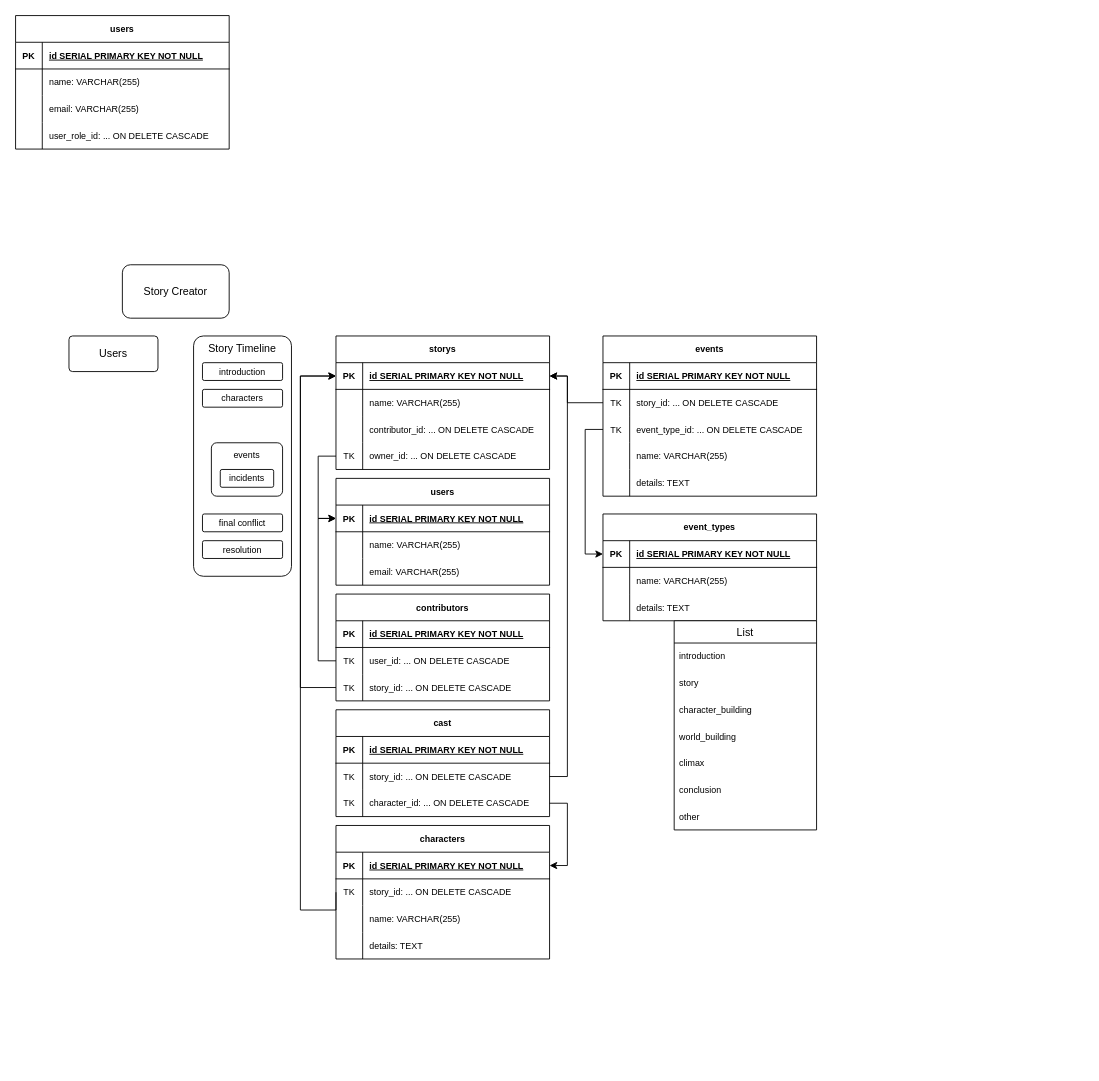
Earlier version of the draw.io diagram db/erd/story_creator.drawio (navycuda/story_creator). Source tidied: cells renumbered, new cells numbered last; positions are measured from the earlier drawing's top-left corner, leaving out a move shared by most shapes. Both pictures are drawn from the tidied source at 89%, with x=0, y=0 at pixel (15, 15).
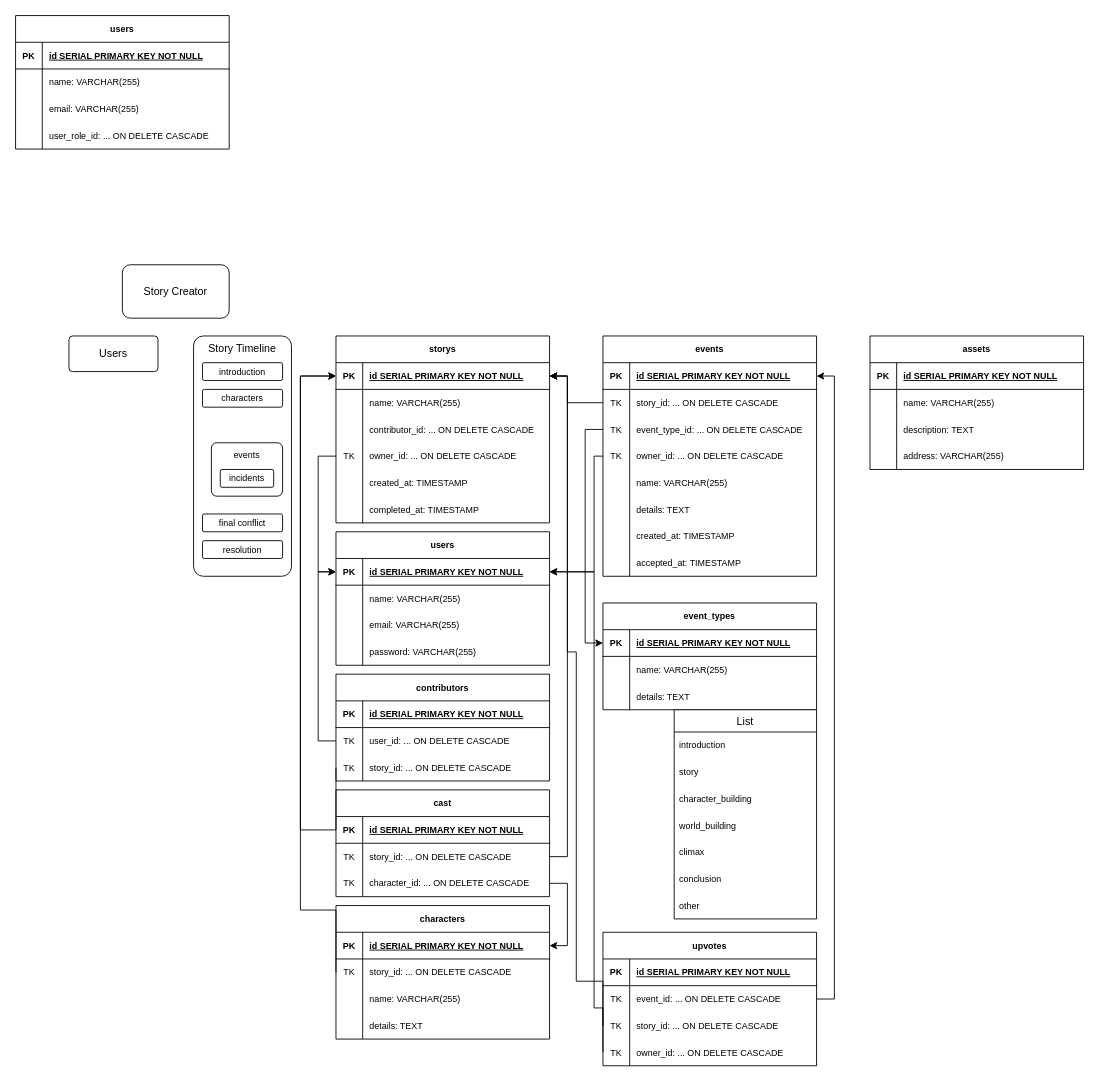
The same page after the edit.

Commit message:
Lose erd layout

The change refers to these unchanged cells:
```xml
<mxCell id="5" style="shape=tableRow;horizontal=0;startSize=0;swimlaneHead=0;swimlaneBody=0;fillColor=none;points=[[0,0.5],[1,0.5]];portConstraint=eastwest;top=0;left=0;right=0;bottom=1;fontSize=10;" parent="4" vertex="1">
  <mxGeometry y="30" width="240" height="30" as="geometry" />
</mxCell>
<mxCell id="29" style="shape=tableRow;horizontal=0;startSize=0;swimlaneHead=0;swimlaneBody=0;fillColor=none;points=[[0,0.5],[1,0.5]];portConstraint=eastwest;top=0;left=0;right=0;bottom=1;fontSize=10;" parent="28" vertex="1">
  <mxGeometry y="30" width="240" height="30" as="geometry" />
</mxCell>
<mxCell id="61" style="shape=tableRow;horizontal=0;startSize=0;swimlaneHead=0;swimlaneBody=0;fillColor=none;points=[[0,0.5],[1,0.5]];portConstraint=eastwest;top=0;left=0;right=0;bottom=1;fontSize=10;" parent="60" vertex="1">
  <mxGeometry y="30" width="240" height="30" as="geometry" />
</mxCell>
<mxCell id="117" style="shape=tableRow;horizontal=0;startSize=0;swimlaneHead=0;swimlaneBody=0;fillColor=none;points=[[0,0.5],[1,0.5]];portConstraint=eastwest;top=0;left=0;right=0;bottom=0;fontSize=10;" parent="110" vertex="1">
  <mxGeometry y="90" width="240" height="30" as="geometry" />
</mxCell>
```

Diff of the diagram source:
```diff
@@
     <mxCell id="4" value="users" style="shape=table;startSize=30;childLayout=tableLayout;rowLines=0;fontStyle=1;align=center;fontSize=10;" parent="1" vertex="1">
-      <mxGeometry x="360" y="520" width="240" height="120" as="geometry" />
+      <mxGeometry x="360" y="580" width="240" height="150" as="geometry" />
     </mxCell>
@@
+    <mxCell id="122" style="shape=tableRow;horizontal=0;startSize=0;swimlaneHead=0;swimlaneBody=0;fillColor=none;top=0;left=0;right=0;bottom=0;fontSize=10;" parent="4" vertex="1">
+      <mxGeometry y="120" width="240" height="30" as="geometry" />
+    </mxCell>
+    <mxCell id="123" style="shape=partialRectangle;fillColor=none;top=0;left=0;bottom=0;right=0;overflow=hidden;fontSize=10;" parent="122" vertex="1">
+      <mxGeometry width="30" height="30" as="geometry" />
+    </mxCell>
+    <mxCell id="124" value="password: VARCHAR(255)" style="shape=partialRectangle;fillColor=none;top=0;left=0;bottom=0;right=0;align=left;spacingLeft=6;overflow=hidden;fontSize=10;" parent="122" vertex="1">
+      <mxGeometry x="30" width="210" height="30" as="geometry" />
+    </mxCell>
@@
     <mxCell id="28" value="storys" style="shape=table;startSize=30;childLayout=tableLayout;rowLines=0;fontStyle=1;align=center;fontSize=10;" parent="1" vertex="1">
-      <mxGeometry x="360" y="360" width="240" height="150" as="geometry" />
+      <mxGeometry x="360" y="360" width="240" height="210" as="geometry" />
     </mxCell>
@@
+    <mxCell id="125" style="shape=tableRow;horizontal=0;startSize=0;swimlaneHead=0;swimlaneBody=0;fillColor=none;top=0;left=0;right=0;bottom=0;fontSize=10;" parent="28" vertex="1">
+      <mxGeometry y="150" width="240" height="30" as="geometry" />
+    </mxCell>
+    <mxCell id="126" style="shape=partialRectangle;fillColor=none;top=0;left=0;bottom=0;right=0;overflow=hidden;fontSize=10;" parent="125" vertex="1">
+      <mxGeometry width="30" height="30" as="geometry" />
+    </mxCell>
+    <mxCell id="127" value="created_at: TIMESTAMP" style="shape=partialRectangle;fillColor=none;top=0;left=0;bottom=0;right=0;align=left;spacingLeft=6;overflow=hidden;fontSize=10;" parent="125" vertex="1">
+      <mxGeometry x="30" width="210" height="30" as="geometry" />
+    </mxCell>
+    <mxCell id="128" style="shape=tableRow;horizontal=0;startSize=0;swimlaneHead=0;swimlaneBody=0;fillColor=none;top=0;left=0;right=0;bottom=0;fontSize=10;" parent="28" vertex="1">
+      <mxGeometry y="180" width="240" height="30" as="geometry" />
+    </mxCell>
+    <mxCell id="129" style="shape=partialRectangle;fillColor=none;top=0;left=0;bottom=0;right=0;overflow=hidden;fontSize=10;" parent="128" vertex="1">
+      <mxGeometry width="30" height="30" as="geometry" />
+    </mxCell>
+    <mxCell id="130" value="completed_at: TIMESTAMP" style="shape=partialRectangle;fillColor=none;top=0;left=0;bottom=0;right=0;align=left;spacingLeft=6;overflow=hidden;fontSize=10;" parent="128" vertex="1">
+      <mxGeometry x="30" width="210" height="30" as="geometry" />
+    </mxCell>
@@
     <mxCell id="47" value="characters" style="shape=table;startSize=30;childLayout=tableLayout;rowLines=0;fontStyle=1;align=center;fontSize=10;" parent="1" vertex="1">
-      <mxGeometry x="360" y="910" width="240" height="150" as="geometry" />
+      <mxGeometry x="360" y="1000" width="240" height="150" as="geometry" />
     </mxCell>
@@
     <mxCell id="60" value="events" style="shape=table;startSize=30;childLayout=tableLayout;rowLines=0;fontStyle=1;align=center;fontSize=10;" parent="1" vertex="1">
-      <mxGeometry x="660" y="360" width="240" height="180" as="geometry" />
+      <mxGeometry x="660" y="360" width="240" height="270" as="geometry" />
     </mxCell>
@@
+    <mxCell id="131" style="shape=tableRow;horizontal=0;startSize=0;swimlaneHead=0;swimlaneBody=0;fillColor=none;points=[[0,0.5],[1,0.5]];portConstraint=eastwest;top=0;left=0;right=0;bottom=0;fontSize=10;" parent="60" vertex="1">
+      <mxGeometry y="120" width="240" height="30" as="geometry" />
+    </mxCell>
+    <mxCell id="132" value="TK" style="shape=partialRectangle;fillColor=none;top=0;left=0;bottom=0;right=0;overflow=hidden;fontSize=10;" parent="131" vertex="1">
+      <mxGeometry width="30" height="30" as="geometry" />
+    </mxCell>
+    <mxCell id="133" value="owner_id: ... ON DELETE CASCADE" style="shape=partialRectangle;fillColor=none;top=0;left=0;bottom=0;right=0;align=left;spacingLeft=6;overflow=hidden;fontSize=10;" parent="131" vertex="1">
+      <mxGeometry x="30" width="210" height="30" as="geometry" />
+    </mxCell>
     <mxCell id="70" style="shape=tableRow;horizontal=0;startSize=0;swimlaneHead=0;swimlaneBody=0;fillColor=none;top=0;left=0;right=0;bottom=0;fontSize=10;" parent="60" vertex="1">
-      <mxGeometry y="120" width="240" height="30" as="geometry" />
+      <mxGeometry y="150" width="240" height="30" as="geometry" />
     </mxCell>
@@
     <mxCell id="73" style="shape=tableRow;horizontal=0;startSize=0;swimlaneHead=0;swimlaneBody=0;fillColor=none;top=0;left=0;right=0;bottom=0;fontSize=10;" parent="60" vertex="1">
-      <mxGeometry y="150" width="240" height="30" as="geometry" />
+      <mxGeometry y="180" width="240" height="30" as="geometry" />
     </mxCell>
@@
+    <mxCell id="134" style="shape=tableRow;horizontal=0;startSize=0;swimlaneHead=0;swimlaneBody=0;fillColor=none;top=0;left=0;right=0;bottom=0;fontSize=10;" parent="60" vertex="1">
+      <mxGeometry y="210" width="240" height="30" as="geometry" />
+    </mxCell>
+    <mxCell id="135" style="shape=partialRectangle;fillColor=none;top=0;left=0;bottom=0;right=0;overflow=hidden;fontSize=10;" parent="134" vertex="1">
+      <mxGeometry width="30" height="30" as="geometry" />
+    </mxCell>
+    <mxCell id="136" value="created_at: TIMESTAMP" style="shape=partialRectangle;fillColor=none;top=0;left=0;bottom=0;right=0;align=left;spacingLeft=6;overflow=hidden;fontSize=10;" parent="134" vertex="1">
+      <mxGeometry x="30" width="210" height="30" as="geometry" />
+    </mxCell>
+    <mxCell id="137" style="shape=tableRow;horizontal=0;startSize=0;swimlaneHead=0;swimlaneBody=0;fillColor=none;top=0;left=0;right=0;bottom=0;fontSize=10;" parent="60" vertex="1">
+      <mxGeometry y="240" width="240" height="30" as="geometry" />
+    </mxCell>
+    <mxCell id="138" style="shape=partialRectangle;fillColor=none;top=0;left=0;bottom=0;right=0;overflow=hidden;fontSize=10;" parent="137" vertex="1">
+      <mxGeometry width="30" height="30" as="geometry" />
+    </mxCell>
+    <mxCell id="139" value="accepted_at: TIMESTAMP" style="shape=partialRectangle;fillColor=none;top=0;left=0;bottom=0;right=0;align=left;spacingLeft=6;overflow=hidden;fontSize=10;" parent="137" vertex="1">
+      <mxGeometry x="30" width="210" height="30" as="geometry" />
+    </mxCell>
     <mxCell id="76" value="event_types" style="shape=table;startSize=30;childLayout=tableLayout;rowLines=0;fontStyle=1;align=center;fontSize=10;" parent="1" vertex="1">
-      <mxGeometry x="660" y="560" width="240" height="120" as="geometry" />
+      <mxGeometry x="660" y="660" width="240" height="120" as="geometry" />
     </mxCell>
@@
     <mxCell id="86" value="List" style="swimlane;fontStyle=0;horizontal=1;startSize=25;align=center;fontSize=12;" parent="1" vertex="1">
-      <mxGeometry x="740" y="680" width="160" height="235" as="geometry" />
+      <mxGeometry x="740" y="780" width="160" height="235" as="geometry" />
     </mxCell>
@@
     <mxCell id="94" value="cast" style="shape=table;startSize=30;childLayout=tableLayout;rowLines=0;fontStyle=1;align=center;fontSize=10;" parent="1" vertex="1">
-      <mxGeometry x="360" y="780" width="240" height="120" as="geometry" />
+      <mxGeometry x="360" y="870" width="240" height="120" as="geometry" />
     </mxCell>
@@
     <mxCell id="110" value="contributors" style="shape=table;startSize=30;childLayout=tableLayout;rowLines=0;fontStyle=1;align=center;fontSize=10;" parent="1" vertex="1">
-      <mxGeometry x="360" y="650" width="240" height="120" as="geometry" />
+      <mxGeometry x="360" y="740" width="240" height="120" as="geometry" />
     </mxCell>
@@
     <mxCell id="121" style="edgeStyle=orthogonalEdgeStyle;rounded=0;jettySize=auto;html=1;exitX=0;exitY=0.5;exitDx=0;exitDy=0;entryX=0;entryY=0.5;entryDx=0;entryDy=0;fontSize=12;" parent="1" edge="1" source="117" target="29">
       <mxGeometry relative="1" as="geometry">
         <Array as="points">
-          <mxPoint x="320" y="755" />
+          <mxPoint x="320" y="915" />
           <mxPoint x="320" y="405" />
         </Array>
       </mxGeometry>
     </mxCell>
+    <mxCell id="140" value="upvotes" style="shape=table;startSize=30;childLayout=tableLayout;rowLines=0;fontStyle=1;align=center;fontSize=10;" parent="1" vertex="1">
+      <mxGeometry x="660" y="1030" width="240" height="150" as="geometry" />
+    </mxCell>
+    <mxCell id="141" style="shape=tableRow;horizontal=0;startSize=0;swimlaneHead=0;swimlaneBody=0;fillColor=none;top=0;left=0;right=0;bottom=1;fontSize=10;" parent="140" vertex="1">
+      <mxGeometry y="30" width="240" height="30" as="geometry" />
+    </mxCell>
+    <mxCell id="142" value="PK" style="shape=partialRectangle;fillColor=none;top=0;left=0;bottom=0;right=0;fontStyle=1;overflow=hidden;fontSize=10;" parent="141" vertex="1">
+      <mxGeometry width="30" height="30" as="geometry" />
+    </mxCell>
+    <mxCell id="143" value="id SERIAL PRIMARY KEY NOT NULL" style="shape=partialRectangle;fillColor=none;top=0;left=0;bottom=0;right=0;align=left;spacingLeft=6;fontStyle=5;overflow=hidden;fontSize=10;" parent="141" vertex="1">
+      <mxGeometry x="30" width="210" height="30" as="geometry" />
+    </mxCell>
+    <mxCell id="144" style="shape=tableRow;horizontal=0;startSize=0;swimlaneHead=0;swimlaneBody=0;fillColor=none;points=[[0,0.5],[1,0.5]];portConstraint=eastwest;top=0;left=0;right=0;bottom=0;fontSize=10;" parent="140" vertex="1">
+      <mxGeometry y="60" width="240" height="30" as="geometry" />
+    </mxCell>
+    <mxCell id="145" value="TK" style="shape=partialRectangle;fillColor=none;top=0;left=0;bottom=0;right=0;overflow=hidden;fontSize=10;" parent="144" vertex="1">
+      <mxGeometry width="30" height="30" as="geometry" />
+    </mxCell>
+    <mxCell id="146" value="event_id: ... ON DELETE CASCADE" style="shape=partialRectangle;fillColor=none;top=0;left=0;bottom=0;right=0;align=left;spacingLeft=6;overflow=hidden;fontSize=10;" parent="144" vertex="1">
+      <mxGeometry x="30" width="210" height="30" as="geometry" />
+    </mxCell>
+    <mxCell id="147" style="shape=tableRow;horizontal=0;startSize=0;swimlaneHead=0;swimlaneBody=0;fillColor=none;points=[[0,0.5],[1,0.5]];portConstraint=eastwest;top=0;left=0;right=0;bottom=0;fontSize=10;" parent="140" vertex="1">
+      <mxGeometry y="90" width="240" height="30" as="geometry" />
+    </mxCell>
+    <mxCell id="148" value="TK" style="shape=partialRectangle;fillColor=none;top=0;left=0;bottom=0;right=0;overflow=hidden;fontSize=10;" parent="147" vertex="1">
+      <mxGeometry width="30" height="30" as="geometry" />
+    </mxCell>
+    <mxCell id="149" value="story_id: ... ON DELETE CASCADE" style="shape=partialRectangle;fillColor=none;top=0;left=0;bottom=0;right=0;align=left;spacingLeft=6;overflow=hidden;fontSize=10;" parent="147" vertex="1">
+      <mxGeometry x="30" width="210" height="30" as="geometry" />
+    </mxCell>
+    <mxCell id="150" style="shape=tableRow;horizontal=0;startSize=0;swimlaneHead=0;swimlaneBody=0;fillColor=none;points=[[0,0.5],[1,0.5]];portConstraint=eastwest;top=0;left=0;right=0;bottom=0;fontSize=10;" parent="140" vertex="1">
+      <mxGeometry y="120" width="240" height="30" as="geometry" />
+    </mxCell>
+    <mxCell id="151" value="TK" style="shape=partialRectangle;fillColor=none;top=0;left=0;bottom=0;right=0;overflow=hidden;fontSize=10;" parent="150" vertex="1">
+      <mxGeometry width="30" height="30" as="geometry" />
+    </mxCell>
+    <mxCell id="152" value="owner_id: ... ON DELETE CASCADE" style="shape=partialRectangle;fillColor=none;top=0;left=0;bottom=0;right=0;align=left;spacingLeft=6;overflow=hidden;fontSize=10;" parent="150" vertex="1">
+      <mxGeometry x="30" width="210" height="30" as="geometry" />
+    </mxCell>
+    <mxCell id="153" style="edgeStyle=orthogonalEdgeStyle;rounded=0;jettySize=auto;html=1;exitX=1;exitY=0.5;exitDx=0;exitDy=0;entryX=1;entryY=0.5;entryDx=0;entryDy=0;fontSize=12;" parent="1" edge="1" source="144" target="61">
+      <mxGeometry relative="1" as="geometry" />
+    </mxCell>
+    <mxCell id="154" style="edgeStyle=orthogonalEdgeStyle;rounded=0;jettySize=auto;html=1;exitX=0;exitY=0.5;exitDx=0;exitDy=0;entryX=1;entryY=0.5;entryDx=0;entryDy=0;fontSize=12;" parent="1" edge="1" source="147" target="29">
+      <mxGeometry relative="1" as="geometry">
+        <Array as="points">
+          <mxPoint x="630" y="1085" />
+          <mxPoint x="630" y="715" />
+          <mxPoint x="620" y="715" />
+          <mxPoint x="620" y="405" />
+        </Array>
+      </mxGeometry>
+    </mxCell>
+    <mxCell id="155" style="edgeStyle=orthogonalEdgeStyle;rounded=0;jettySize=auto;html=1;exitX=0;exitY=0.5;exitDx=0;exitDy=0;entryX=1;entryY=0.5;entryDx=0;entryDy=0;fontSize=12;" parent="1" edge="1" source="150" target="5">
+      <mxGeometry relative="1" as="geometry">
+        <Array as="points">
+          <mxPoint x="660" y="1115" />
+          <mxPoint x="650" y="1115" />
+          <mxPoint x="650" y="625" />
+        </Array>
+      </mxGeometry>
+    </mxCell>
+    <mxCell id="156" style="edgeStyle=orthogonalEdgeStyle;rounded=0;jettySize=auto;html=1;exitX=0;exitY=0.5;exitDx=0;exitDy=0;entryX=1;entryY=0.5;entryDx=0;entryDy=0;fontSize=12;" parent="1" edge="1" source="131" target="5">
+      <mxGeometry relative="1" as="geometry">
+        <Array as="points">
+          <mxPoint x="650" y="495" />
+          <mxPoint x="650" y="625" />
+        </Array>
+      </mxGeometry>
+    </mxCell>
+    <mxCell id="157" value="assets" style="shape=table;startSize=30;childLayout=tableLayout;rowLines=0;fontStyle=1;align=center;fontSize=10;" parent="1" vertex="1">
+      <mxGeometry x="960" y="360" width="240" height="150" as="geometry" />
+    </mxCell>
+    <mxCell id="158" style="shape=tableRow;horizontal=0;startSize=0;swimlaneHead=0;swimlaneBody=0;fillColor=none;top=0;left=0;right=0;bottom=1;fontSize=10;" parent="157" vertex="1">
+      <mxGeometry y="30" width="240" height="30" as="geometry" />
+    </mxCell>
+    <mxCell id="159" value="PK" style="shape=partialRectangle;fillColor=none;top=0;left=0;bottom=0;right=0;fontStyle=1;overflow=hidden;fontSize=10;" parent="158" vertex="1">
+      <mxGeometry width="30" height="30" as="geometry" />
+    </mxCell>
+    <mxCell id="160" value="id SERIAL PRIMARY KEY NOT NULL" style="shape=partialRectangle;fillColor=none;top=0;left=0;bottom=0;right=0;align=left;spacingLeft=6;fontStyle=5;overflow=hidden;fontSize=10;" parent="158" vertex="1">
+      <mxGeometry x="30" width="210" height="30" as="geometry" />
+    </mxCell>
+    <mxCell id="161" style="shape=tableRow;horizontal=0;startSize=0;swimlaneHead=0;swimlaneBody=0;fillColor=none;top=0;left=0;right=0;bottom=0;fontSize=10;" parent="157" vertex="1">
+      <mxGeometry y="60" width="240" height="30" as="geometry" />
+    </mxCell>
+    <mxCell id="162" style="shape=partialRectangle;fillColor=none;top=0;left=0;bottom=0;right=0;overflow=hidden;fontSize=10;" parent="161" vertex="1">
+      <mxGeometry width="30" height="30" as="geometry" />
+    </mxCell>
+    <mxCell id="163" value="name: VARCHAR(255)" style="shape=partialRectangle;fillColor=none;top=0;left=0;bottom=0;right=0;align=left;spacingLeft=6;overflow=hidden;fontSize=10;" parent="161" vertex="1">
+      <mxGeometry x="30" width="210" height="30" as="geometry" />
+    </mxCell>
+    <mxCell id="164" style="shape=tableRow;horizontal=0;startSize=0;swimlaneHead=0;swimlaneBody=0;fillColor=none;top=0;left=0;right=0;bottom=0;fontSize=10;" parent="157" vertex="1">
+      <mxGeometry y="90" width="240" height="30" as="geometry" />
+    </mxCell>
+    <mxCell id="165" style="shape=partialRectangle;fillColor=none;top=0;left=0;bottom=0;right=0;overflow=hidden;fontSize=10;" parent="164" vertex="1">
+      <mxGeometry width="30" height="30" as="geometry" />
+    </mxCell>
+    <mxCell id="166" value="description: TEXT" style="shape=partialRectangle;fillColor=none;top=0;left=0;bottom=0;right=0;align=left;spacingLeft=6;overflow=hidden;fontSize=10;" parent="164" vertex="1">
+      <mxGeometry x="30" width="210" height="30" as="geometry" />
+    </mxCell>
+    <mxCell id="167" style="shape=tableRow;horizontal=0;startSize=0;swimlaneHead=0;swimlaneBody=0;fillColor=none;top=0;left=0;right=0;bottom=0;fontSize=10;" parent="157" vertex="1">
+      <mxGeometry y="120" width="240" height="30" as="geometry" />
+    </mxCell>
+    <mxCell id="168" style="shape=partialRectangle;fillColor=none;top=0;left=0;bottom=0;right=0;overflow=hidden;fontSize=10;" parent="167" vertex="1">
+      <mxGeometry width="30" height="30" as="geometry" />
+    </mxCell>
+    <mxCell id="169" value="address: VARCHAR(255)" style="shape=partialRectangle;fillColor=none;top=0;left=0;bottom=0;right=0;align=left;spacingLeft=6;overflow=hidden;fontSize=10;" parent="167" vertex="1">
+      <mxGeometry x="30" width="210" height="30" as="geometry" />
+    </mxCell>
```
